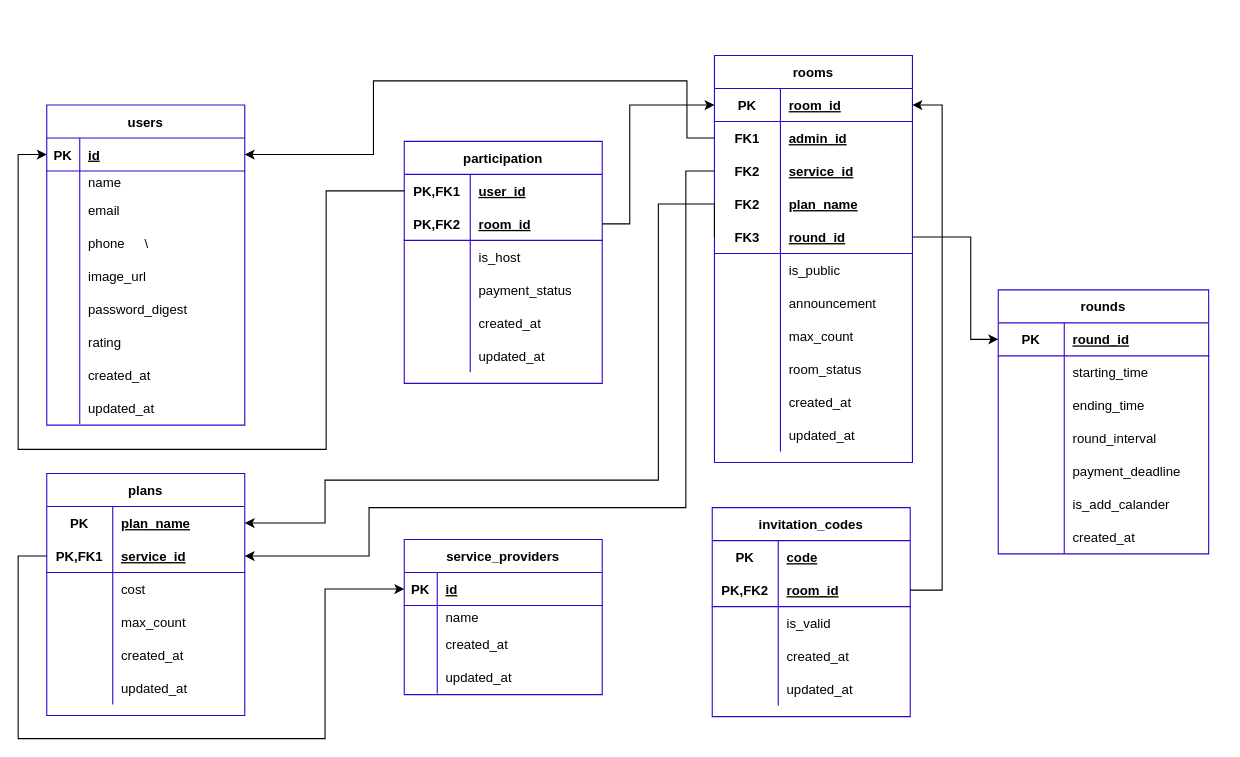
Above: db/schema/table.drawio in billsgates/salamander (draw.io), before the change. Source tidied: cells renumbered, new cells numbered last; positions are measured from the earlier drawing's top-left corner, leaving out a move shared by most shapes. Both pictures are drawn from the tidied source at 110%, with x=0, y=0 at pixel (18, 55).
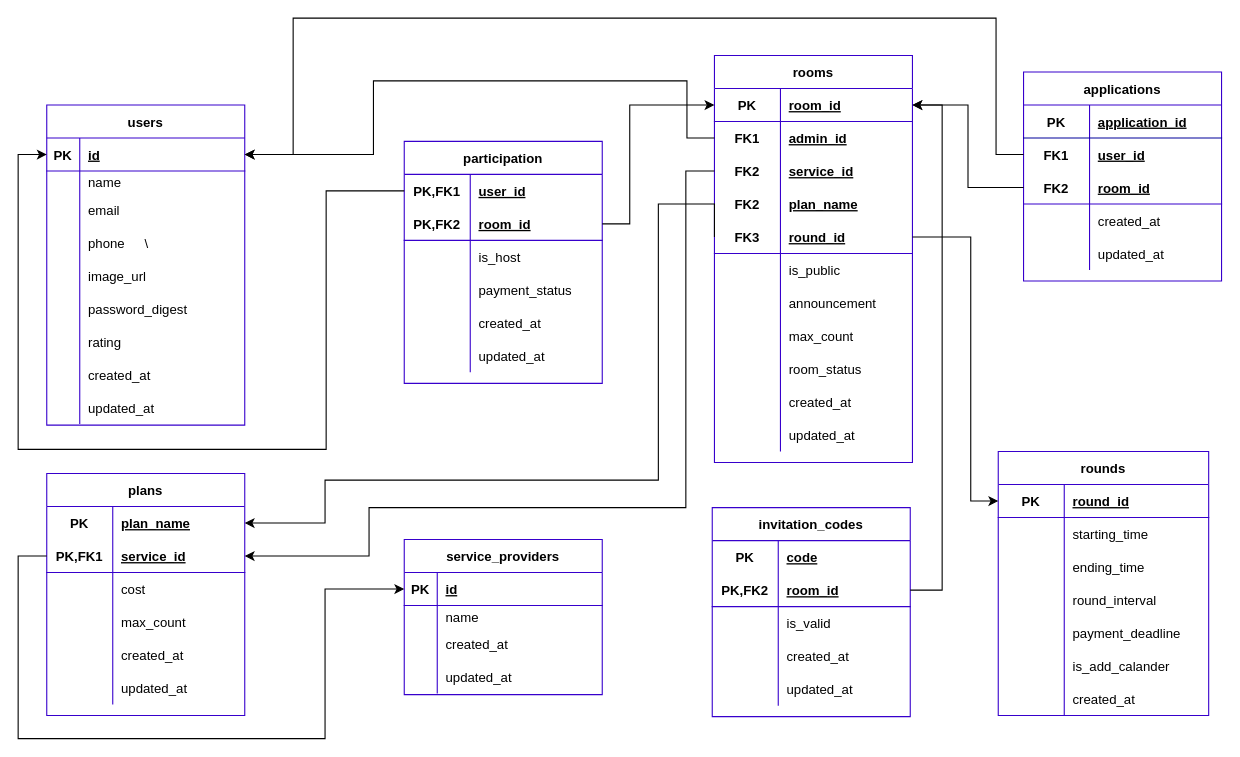
Above is the later version.

Commit message (it also covers changes not shown here):
Update database schema

The change refers to these unchanged cells:
```xml
<mxCell id="3" style="shape=partialRectangle;top=0;left=0;bottom=1;right=0;points=[[0,0.5],[1,0.5]];portConstraint=eastwest;labelBorderColor=#000000;fontColor=#ffffff;fillColor=none;strokeColor=#3700CC;" parent="2" vertex="1">
  <mxGeometry y="30" width="180" height="30" as="geometry" />
</mxCell>
<mxCell id="63" style="shape=partialRectangle;fillColor=none;top=0;left=0;bottom=1;right=0;points=[[0,0.5],[1,0.5]];portConstraint=eastwest;strokeColor=#3700CC;" parent="62" vertex="1">
  <mxGeometry y="30" width="180" height="30" as="geometry" />
</mxCell>
<mxCell id="75" style="shape=partialRectangle;fillColor=none;top=0;left=0;bottom=1;right=0;points=[[0,0.5],[1,0.5]];portConstraint=eastwest;strokeColor=#3700CC;" parent="62" vertex="1">
  <mxGeometry y="150" width="180" height="30" as="geometry" />
</mxCell>
<mxCell id="141" style="shape=partialRectangle;fillColor=none;top=0;left=0;bottom=1;right=0;points=[[0,0.5],[1,0.5]];portConstraint=eastwest;strokeColor=#3700CC;" parent="140" vertex="1">
  <mxGeometry y="30" width="191.3" height="30" as="geometry" />
</mxCell>
```

The edit, as a diff of the source:
```diff
@@
     <mxCell id="140" value="rounds" style="shape=table;startSize=30;childLayout=tableLayout;rowLines=0;fontStyle=1;align=center;shadow=0;labelBackgroundColor=none;strokeColor=#3700CC;fontColor=#000000;fillColor=#FFFFFF;swimlaneFillColor=#ffffff;" parent="1" vertex="1">
-      <mxGeometry x="891" y="213" width="191.3" height="240" as="geometry" />
+      <mxGeometry x="891" y="360" width="191.3" height="240" as="geometry" />
     </mxCell>
@@
     <mxCell id="162" style="edgeStyle=orthogonalEdgeStyle;rounded=0;jettySize=auto;html=1;exitX=1;exitY=0.5;exitDx=0;exitDy=0;entryX=0;entryY=0.5;entryDx=0;entryDy=0;strokeColor=#000000;" parent="1" edge="1" source="75" target="141">
       <mxGeometry relative="1" as="geometry">
         <Array as="points">
           <mxPoint x="866" y="165" />
-          <mxPoint x="866" y="258" />
+          <mxPoint x="866" y="405" />
         </Array>
       </mxGeometry>
     </mxCell>
+    <mxCell id="163" value="applications" style="shape=table;startSize=30;childLayout=tableLayout;rowLines=0;fontStyle=1;align=center;shadow=0;labelBackgroundColor=none;strokeColor=#3700CC;fontColor=#000000;fillColor=#FFFFFF;swimlaneFillColor=#ffffff;" parent="1" vertex="1">
+      <mxGeometry x="914" y="15" width="180" height="190" as="geometry" />
+    </mxCell>
+    <mxCell id="164" style="shape=partialRectangle;fillColor=none;top=0;left=0;bottom=1;right=0;strokeColor=#000099;" parent="163" vertex="1">
+      <mxGeometry y="30" width="180" height="30" as="geometry" />
+    </mxCell>
+    <mxCell id="165" value="PK" style="shape=partialRectangle;fillColor=none;top=0;left=0;bottom=0;right=0;fontStyle=1;overflow=hidden;fontColor=#000000;" parent="164" vertex="1">
+      <mxGeometry width="60" height="30" as="geometry" />
+    </mxCell>
+    <mxCell id="166" value="application_id" style="shape=partialRectangle;fillColor=none;top=0;left=0;bottom=0;right=0;align=left;spacingLeft=6;fontStyle=5;overflow=hidden;fontColor=#000000;" parent="164" vertex="1">
+      <mxGeometry x="60" width="120" height="30" as="geometry" />
+    </mxCell>
+    <mxCell id="167" style="shape=partialRectangle;fillColor=none;top=0;left=0;bottom=1;right=0;points=[[0,0.5],[1,0.5]];portConstraint=eastwest;strokeColor=none;" parent="163" vertex="1">
+      <mxGeometry y="60" width="180" height="30" as="geometry" />
+    </mxCell>
+    <mxCell id="168" value="FK1" style="shape=partialRectangle;fillColor=none;top=0;left=0;bottom=0;right=0;fontStyle=1;overflow=hidden;fontColor=#000000;" parent="167" vertex="1">
+      <mxGeometry width="60" height="30" as="geometry" />
+    </mxCell>
+    <mxCell id="169" value="user_id" style="shape=partialRectangle;fillColor=none;top=0;left=0;bottom=0;right=0;align=left;spacingLeft=6;fontStyle=5;overflow=hidden;fontColor=#000000;" parent="167" vertex="1">
+      <mxGeometry x="60" width="120" height="30" as="geometry" />
+    </mxCell>
+    <mxCell id="170" style="shape=partialRectangle;fillColor=none;top=0;left=0;bottom=1;right=0;points=[[0,0.5],[1,0.5]];portConstraint=eastwest;strokeColor=#3700CC;" parent="163" vertex="1">
+      <mxGeometry y="90" width="180" height="30" as="geometry" />
+    </mxCell>
+    <mxCell id="171" value="FK2" style="shape=partialRectangle;fillColor=none;top=0;left=0;bottom=0;right=0;fontStyle=1;overflow=hidden;fontColor=#000000;" parent="170" vertex="1">
+      <mxGeometry width="60" height="30" as="geometry" />
+    </mxCell>
+    <mxCell id="172" value="room_id" style="shape=partialRectangle;fillColor=none;top=0;left=0;bottom=0;right=0;align=left;spacingLeft=6;fontStyle=5;overflow=hidden;fontColor=#000000;" parent="170" vertex="1">
+      <mxGeometry x="60" width="120" height="30" as="geometry" />
+    </mxCell>
+    <mxCell id="173" style="shape=partialRectangle;fillColor=none;top=0;left=0;bottom=0;right=0;" parent="163" vertex="1">
+      <mxGeometry y="120" width="180" height="30" as="geometry" />
+    </mxCell>
+    <mxCell id="174" style="shape=partialRectangle;fillColor=none;top=0;left=0;bottom=0;right=0;overflow=hidden;fontColor=#000000;" parent="173" vertex="1">
+      <mxGeometry width="60" height="30" as="geometry" />
+    </mxCell>
+    <mxCell id="175" value="created_at" style="shape=partialRectangle;fillColor=none;top=0;left=0;bottom=0;right=0;align=left;spacingLeft=6;overflow=hidden;fontColor=#000000;" parent="173" vertex="1">
+      <mxGeometry x="60" width="120" height="30" as="geometry" />
+    </mxCell>
+    <mxCell id="176" style="shape=partialRectangle;fillColor=none;top=0;left=0;bottom=0;right=0;" parent="163" vertex="1">
+      <mxGeometry y="150" width="180" height="30" as="geometry" />
+    </mxCell>
+    <mxCell id="177" style="shape=partialRectangle;fillColor=none;top=0;left=0;bottom=0;right=0;overflow=hidden;fontColor=#000000;" parent="176" vertex="1">
+      <mxGeometry width="60" height="30" as="geometry" />
+    </mxCell>
+    <mxCell id="178" value="updated_at" style="shape=partialRectangle;fillColor=none;top=0;left=0;bottom=0;right=0;align=left;spacingLeft=6;overflow=hidden;fontColor=#000000;" parent="176" vertex="1">
+      <mxGeometry x="60" width="120" height="30" as="geometry" />
+    </mxCell>
+    <mxCell id="179" style="edgeStyle=orthogonalEdgeStyle;rounded=0;jettySize=auto;html=1;exitX=0;exitY=0.5;exitDx=0;exitDy=0;entryX=1;entryY=0.5;entryDx=0;entryDy=0;strokeColor=#000000;" parent="1" edge="1" source="167" target="3">
+      <mxGeometry relative="1" as="geometry">
+        <Array as="points">
+          <mxPoint x="902" y="90" />
+          <mxPoint x="889" y="90" />
+          <mxPoint x="889" y="-34" />
+          <mxPoint x="250" y="-34" />
+          <mxPoint x="250" y="90" />
+        </Array>
+      </mxGeometry>
+    </mxCell>
+    <mxCell id="180" style="edgeStyle=orthogonalEdgeStyle;rounded=0;jettySize=auto;html=1;exitX=0;exitY=0.5;exitDx=0;exitDy=0;entryX=1;entryY=0.5;entryDx=0;entryDy=0;strokeColor=#000000;" parent="1" edge="1" source="170" target="63">
+      <mxGeometry relative="1" as="geometry" />
+    </mxCell>
```
